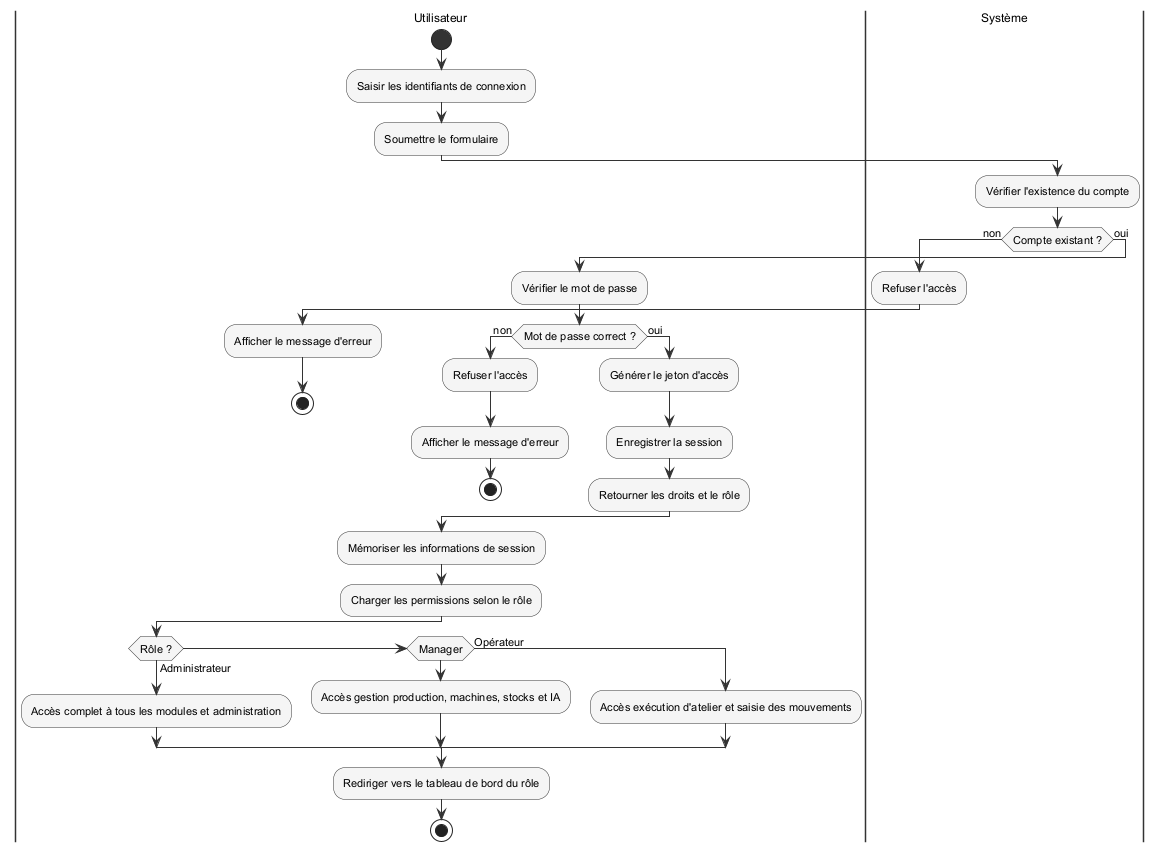
The PlantUML diagram Rapport/diagrams/sprint1_activity.png in ayoubmek/PFE_data_science, before a commit. The source it was exported from:
```plantuml
@startuml sprint1_activity
skinparam backgroundColor White
skinparam activity {
  BackgroundColor #F5F5F5
  BorderColor #333333
  FontName Arial
  FontSize 11
  ArrowColor #333333
  StartColor #333333
  EndColor #333333
}
skinparam swimlane {
  BorderColor #333333
  TitleFontName Arial
  TitleFontSize 12
}


|Utilisateur|
start
:Saisir les identifiants de connexion;
:Soumettre le formulaire;

|Système|
:Vérifier l'existence du compte;
if (Compte existant ?) then (non)
  :Refuser l'accès;
  |Utilisateur|
  :Afficher le message d'erreur;
  stop
else (oui)
  :Vérifier le mot de passe;
  if (Mot de passe correct ?) then (non)
    :Refuser l'accès;
    |Utilisateur|
    :Afficher le message d'erreur;
    stop
  else (oui)
    :Générer le jeton d'accès;
    :Enregistrer la session;
    :Retourner les droits et le rôle;
  endif
endif

|Utilisateur|
:Mémoriser les informations de session;
:Charger les permissions selon le rôle;

if (Rôle ?) then (Administrateur)
  :Accès complet à tous les modules et administration;
else if (Manager)
  :Accès gestion production, machines, stocks et IA;
else (Opérateur)
  :Accès exécution d'atelier et saisie des mouvements;
endif

:Rediriger vers le tableau de bord du rôle;
stop
@enduml
```
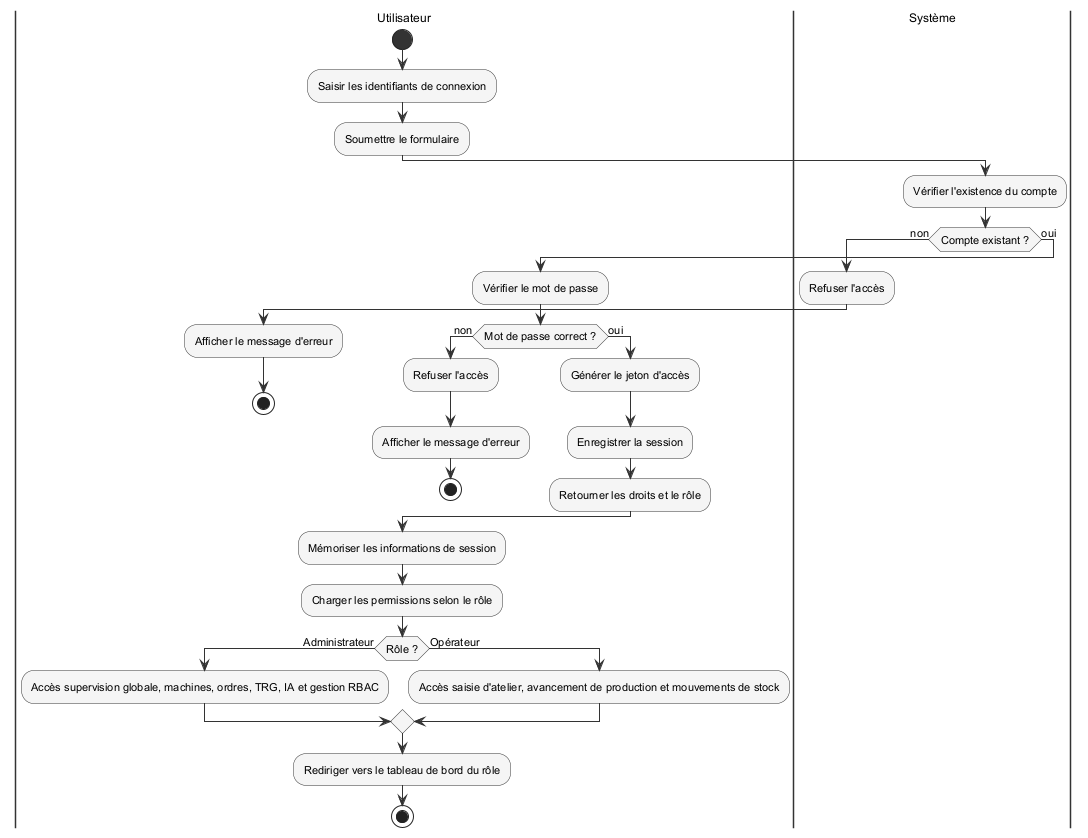
Above is the later version.

The edit, as a diff of the source:
```diff
@@ -47,11 +47,9 @@
 :Charger les permissions selon le rôle;
 
 if (Rôle ?) then (Administrateur)
-  :Accès complet à tous les modules et administration;
-else if (Manager)
-  :Accès gestion production, machines, stocks et IA;
+  :Accès supervision globale, machines, ordres, TRG, IA et gestion RBAC;
 else (Opérateur)
-  :Accès exécution d'atelier et saisie des mouvements;
+  :Accès saisie d'atelier, avancement de production et mouvements de stock;
 endif
 
 :Rediriger vers le tableau de bord du rôle;
```
